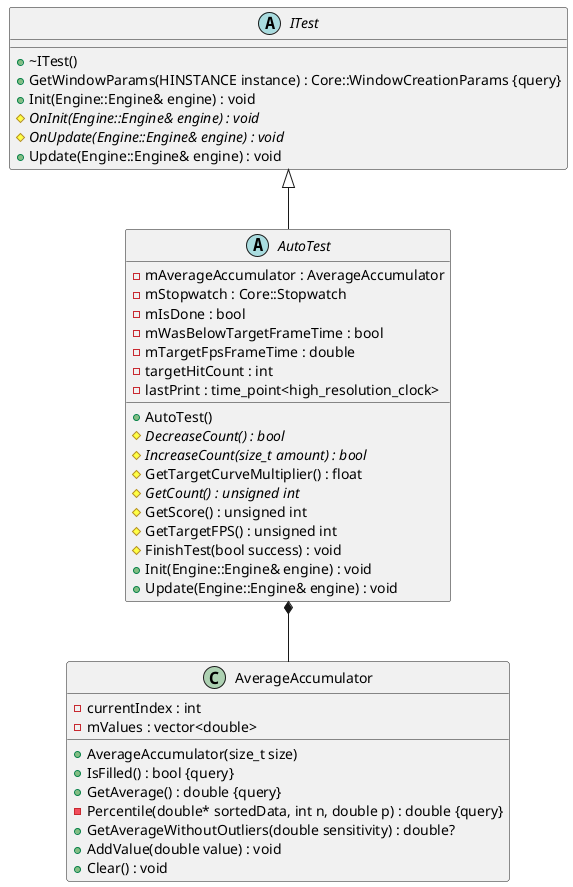
Above: Latex/images/UML/tests.png in MinikPLayer/MasterThesis_UniversalRenderingModule_D3D11 (PlantUML), before the change.
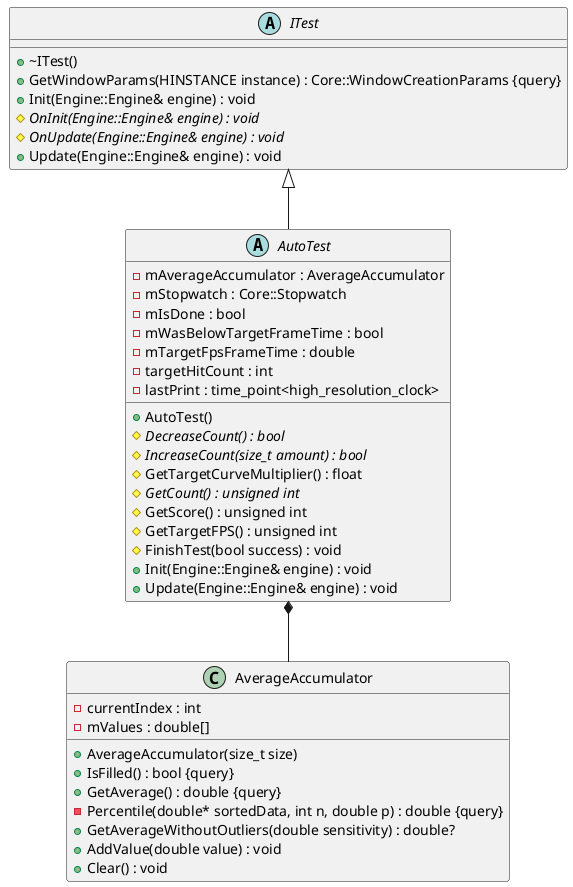
Above is the later version.

The edit, as a diff of the source:
```diff
@@ -34,7 +34,7 @@
 	-Percentile(double* sortedData, int n, double p) : double {query}
 	-currentIndex : int
 	+GetAverageWithoutOutliers(double sensitivity) : double?
-	-mValues : vector<double>
+	-mValues : double[]
 	+AddValue(double value) : void
 	+Clear() : void
 }
```
